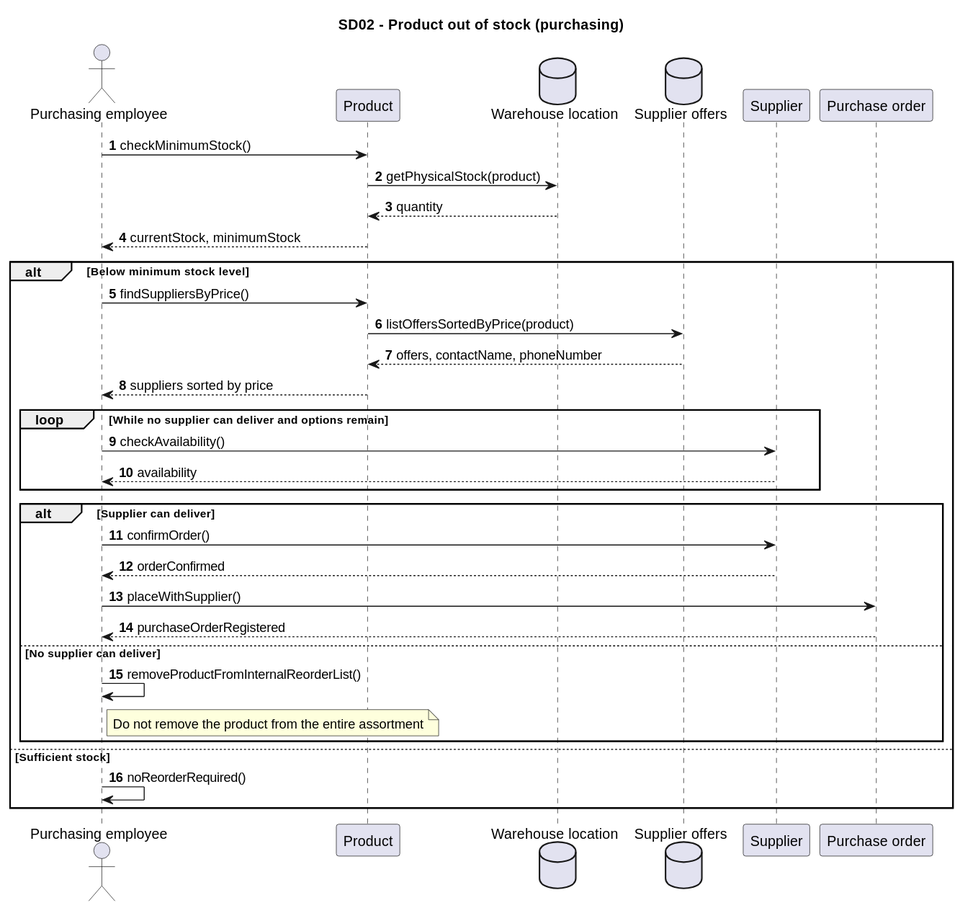
This is Documentation/Architecture/uml/export/sequence_diagrams/SD02_ProductNietOpVoorraad.svg from ViktorQorri/Project-Timaflu, a PlantUML export, as it was before one commit.
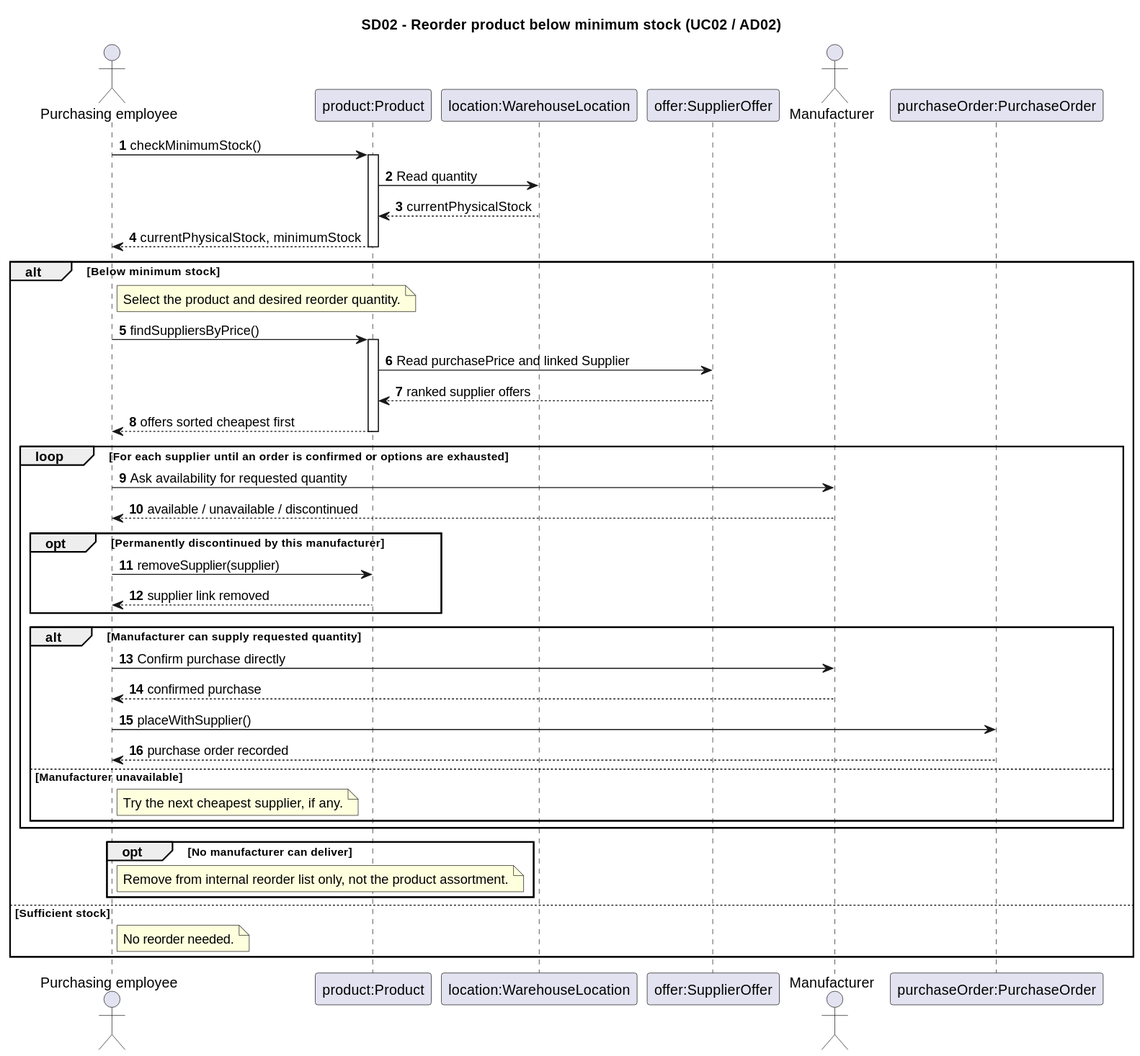
After the change.

Change to the diagram source:
```diff
@@ -1,37 +1,46 @@
 @startuml
-title SD02 - Product out of stock (purchasing)
+title SD02 - Reorder product below minimum stock (UC02 / AD02)
 autonumber
-
-actor "Purchasing employee" as I
-participant "Product" as P
-database "Warehouse location" as M
-database "Supplier offers" as A
-participant "Supplier" as L
-participant "Purchase order" as PO
-
-I -> P: checkMinimumStock()
-P -> M: getPhysicalStock(product)
-M --> P: quantity
-P --> I: currentStock, minimumStock
-alt Below minimum stock level
-  I -> P: findSuppliersByPrice()
-  P -> A: listOffersSortedByPrice(product)
-  A --> P: offers, contactName, phoneNumber
-  P --> I: suppliers sorted by price
-  loop While no supplier can deliver and options remain
-    I -> L: checkAvailability()
-    L --> I: availability
+actor "Purchasing employee" as Purchasing
+participant "product:Product" as Product
+participant "location:WarehouseLocation" as Location
+participant "offer:SupplierOffer" as Offer
+actor "Manufacturer" as Manufacturer
+participant "purchaseOrder:PurchaseOrder" as PurchaseOrder
+Purchasing -> Product: checkMinimumStock()
+activate Product
+Product -> Location: Read quantity
+Location --> Product: currentPhysicalStock
+Product --> Purchasing: currentPhysicalStock, minimumStock
+deactivate Product
+alt Below minimum stock
+  note right of Purchasing: Select the product and desired reorder quantity.
+  Purchasing -> Product: findSuppliersByPrice()
+  activate Product
+  Product -> Offer: Read purchasePrice and linked Supplier
+  Offer --> Product: ranked supplier offers
+  Product --> Purchasing: offers sorted cheapest first
+  deactivate Product
+  loop For each supplier until an order is confirmed or options are exhausted
+    Purchasing -> Manufacturer: Ask availability for requested quantity
+    Manufacturer --> Purchasing: available / unavailable / discontinued
+    opt Permanently discontinued by this manufacturer
+      Purchasing -> Product: removeSupplier(supplier)
+      Product --> Purchasing: supplier link removed
+    end
+    alt Manufacturer can supply requested quantity
+      Purchasing -> Manufacturer: Confirm purchase directly
+      Manufacturer --> Purchasing: confirmed purchase
+      Purchasing -> PurchaseOrder: placeWithSupplier()
+      PurchaseOrder --> Purchasing: purchase order recorded
+    else Manufacturer unavailable
+      note right of Purchasing: Try the next cheapest supplier, if any.
+    end
   end
-  alt Supplier can deliver
-    I -> L: confirmOrder()
-    L --> I: orderConfirmed
-    I -> PO: placeWithSupplier()
-    PO --> I: purchaseOrderRegistered
-  else No supplier can deliver
-    I -> I: removeProductFromInternalReorderList()
-    note right of I: Do not remove the product from the entire assortment
+  opt No manufacturer can deliver
+    note right of Purchasing: Remove from internal reorder list only, not the product assortment.
   end
 else Sufficient stock
-  I -> I: noReorderRequired()
+  note right of Purchasing: No reorder needed.
 end
 @enduml
```
